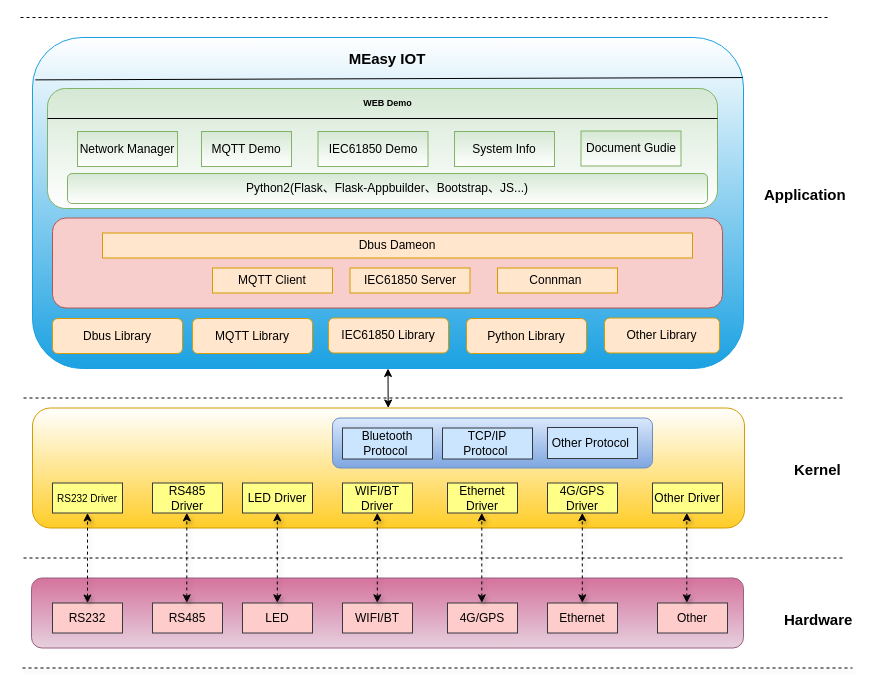
The draw.io diagram iot-ya157.drawio in long585/gitlearn, before the edit. Source tidied: cells renumbered, new cells numbered last; positions are measured from the earlier drawing's top-left corner, leaving out a move shared by most shapes. Both pictures are drawn from the tidied source at 100%, with x=0, y=0 at pixel (17, 17).
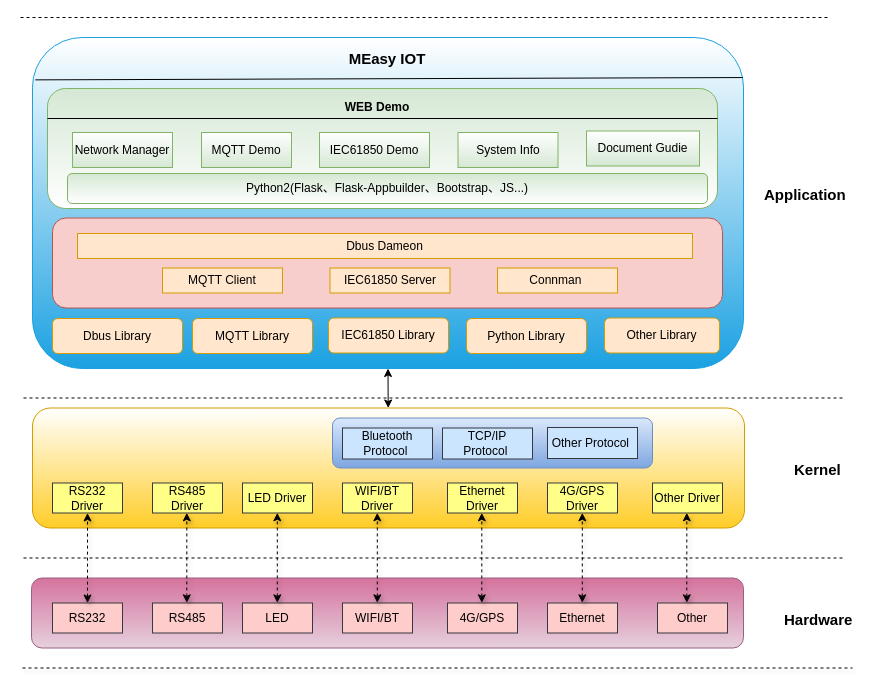
After the change.

The edit, as a diff of the source:
```diff
@@
-    <mxCell id="17" value="&lt;font style=&quot;font-size: 10px&quot;&gt;RS232 Driver&lt;/font&gt;" style="rounded=0;whiteSpace=wrap;html=1;fillColor=#ffff88;strokeColor=#36393d;" parent="1" vertex="1">
+    <mxCell id="17" value="RS232 Driver" style="rounded=0;whiteSpace=wrap;html=1;fillColor=#ffff88;strokeColor=#36393d;" parent="1" vertex="1">
       <mxGeometry x="35" y="465.5" width="70" height="30" as="geometry" />
     </mxCell>
@@
-    <mxCell id="45" value="Network Manager" style="rounded=0;whiteSpace=wrap;html=1;fillColor=#d5e8d4;strokeColor=#82b366;gradientColor=#ffffff;" parent="1" vertex="1">
-      <mxGeometry x="60" y="114" width="100" height="35" as="geometry" />
+    <mxCell id="45" value="Network Manager" style="rounded=0;whiteSpace=wrap;html=1;fillColor=#d5e8d4;strokeColor=#82b366;gradientColor=#ffffff;flipH=1;flipV=1;" parent="1" vertex="1">
+      <mxGeometry x="55" y="115" width="100" height="35" as="geometry" />
     </mxCell>
-    <mxCell id="46" value="MQTT Demo" style="rounded=0;whiteSpace=wrap;html=1;fillColor=#d5e8d4;strokeColor=#82b366;gradientColor=#ffffff;" parent="1" vertex="1">
-      <mxGeometry x="184" y="114" width="90" height="35" as="geometry" />
+    <mxCell id="46" value="MQTT Demo" style="rounded=0;whiteSpace=wrap;html=1;fillColor=#d5e8d4;strokeColor=#82b366;gradientColor=#ffffff;flipH=1;flipV=1;" parent="1" vertex="1">
+      <mxGeometry x="184" y="115" width="90" height="35" as="geometry" />
     </mxCell>
-    <mxCell id="47" value="IEC61850 Demo" style="rounded=0;whiteSpace=wrap;html=1;fillColor=#d5e8d4;strokeColor=#82b366;gradientColor=#ffffff;" parent="1" vertex="1">
-      <mxGeometry x="300.5" y="114" width="110" height="35" as="geometry" />
+    <mxCell id="47" value="IEC61850 Demo" style="rounded=0;whiteSpace=wrap;html=1;fillColor=#d5e8d4;strokeColor=#82b366;gradientColor=#ffffff;flipH=1;flipV=1;" parent="1" vertex="1">
+      <mxGeometry x="302" y="115" width="110" height="35" as="geometry" />
     </mxCell>
-    <mxCell id="48" value="System Info" style="rounded=0;whiteSpace=wrap;html=1;fillColor=#d5e8d4;strokeColor=#82b366;gradientColor=#ffffff;" parent="1" vertex="1">
-      <mxGeometry x="437" y="114" width="100" height="35" as="geometry" />
+    <mxCell id="48" value="System Info" style="rounded=0;whiteSpace=wrap;html=1;fillColor=#d5e8d4;strokeColor=#82b366;gradientColor=#ffffff;flipH=1;flipV=1;" parent="1" vertex="1">
+      <mxGeometry x="440.5" y="115" width="100" height="35" as="geometry" />
     </mxCell>
     <mxCell id="49" value="MQTT Client" style="rounded=0;whiteSpace=wrap;html=1;fillColor=#ffe6cc;strokeColor=#d79b00;" parent="1" vertex="1">
-      <mxGeometry x="195" y="250.5" width="120" height="25" as="geometry" />
+      <mxGeometry x="145" y="250.5" width="120" height="25" as="geometry" />
     </mxCell>
     <mxCell id="50" value="IEC61850 Server" style="rounded=0;whiteSpace=wrap;html=1;fillColor=#ffe6cc;strokeColor=#d79b00;" parent="1" vertex="1">
-      <mxGeometry x="332.5" y="250.5" width="120" height="25" as="geometry" />
+      <mxGeometry x="312.5" y="250.5" width="120" height="25" as="geometry" />
     </mxCell>
     <mxCell id="51" value="Dbus Dameon" style="rounded=0;whiteSpace=wrap;html=1;fillColor=#ffe6cc;strokeColor=#d79b00;" parent="1" vertex="1">
-      <mxGeometry x="85" y="215.5" width="590" height="25" as="geometry" />
+      <mxGeometry x="60" y="216" width="615" height="25" as="geometry" />
     </mxCell>
@@
-    <mxCell id="55" value="WEB Demo" style="text;html=1;strokeColor=none;fillColor=none;align=center;verticalAlign=middle;whiteSpace=wrap;rounded=0;fontSize=9;fontStyle=1;" parent="1" vertex="1">
-      <mxGeometry x="273.5" y="71" width="193" height="30" as="geometry" />
-    </mxCell>
@@
-    <mxCell id="58" value="Document Gudie" style="rounded=0;whiteSpace=wrap;html=1;fillColor=#d5e8d4;strokeColor=#82b366;gradientColor=#ffffff;" parent="1" vertex="1">
-      <mxGeometry x="563.5" y="113.5" width="100" height="35" as="geometry" />
+    <mxCell id="58" value="Document Gudie" style="rounded=0;whiteSpace=wrap;html=1;fillColor=#d5e8d4;strokeColor=#82b366;gradientColor=#ffffff;flipH=1;flipV=1;" parent="1" vertex="1">
+      <mxGeometry x="569" y="113.5" width="113" height="35" as="geometry" />
     </mxCell>
+    <mxCell id="55" value="&lt;b&gt;WEB Demo&lt;/b&gt;" style="rounded=0;whiteSpace=wrap;html=1;strokeWidth=1;fillColor=#d5e8d4;strokeColor=#82b366;opacity=0;" parent="1" vertex="1">
+      <mxGeometry x="300" y="80" width="120" height="20" as="geometry" />
+    </mxCell>
```
